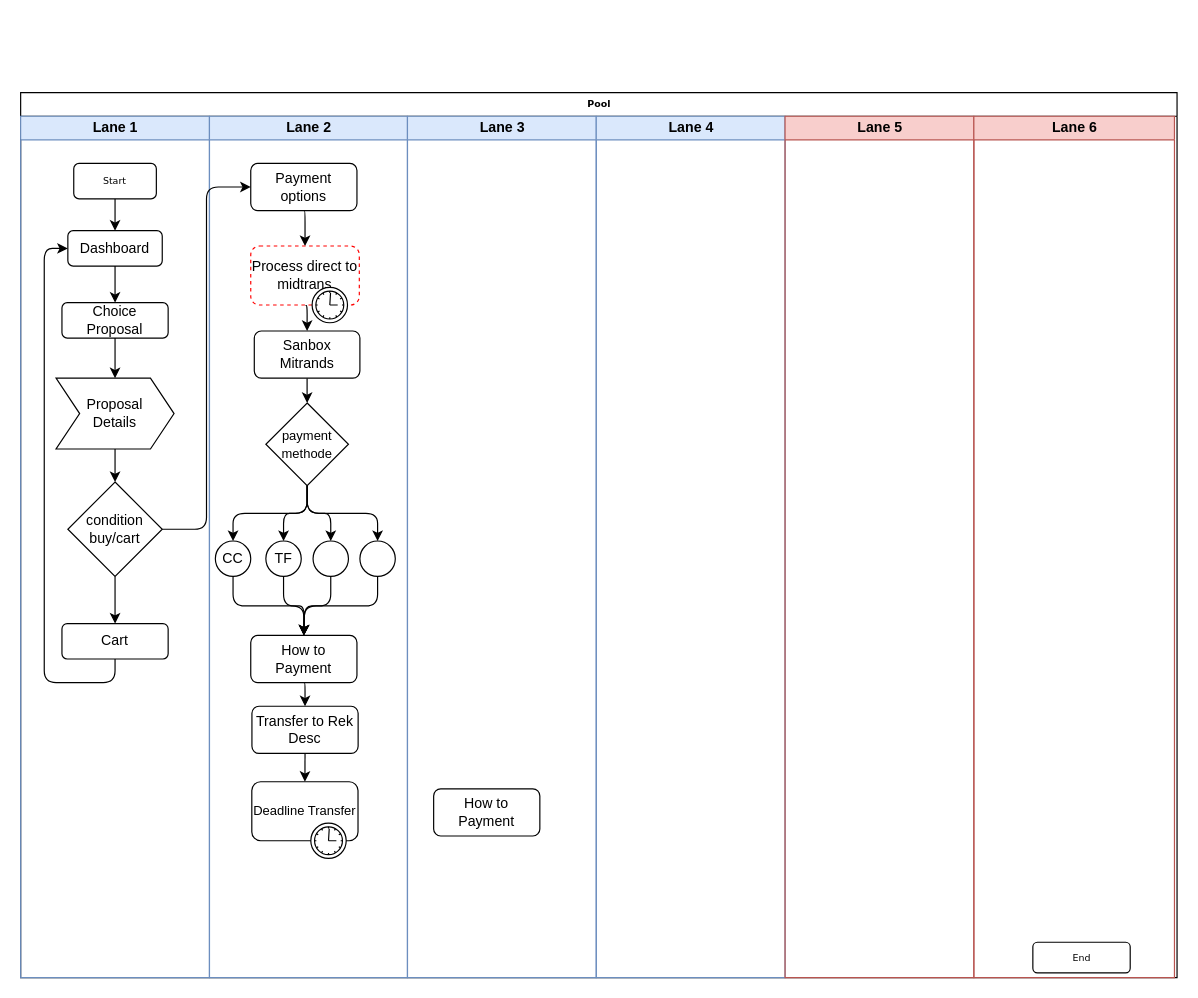
Above: page "Flow by Iqbal" (5 of 5) of Diagram Tanpa Judul.drawio in ahmadfaqih-dev/Flowchart (draw.io), before the change. Source tidied: cells renumbered, new cells numbered last; positions are measured from the earlier drawing's top-left corner, leaving out a move shared by most shapes. Both pictures are drawn from the tidied source at 118%, with x=0, y=0 at pixel (20, 92).
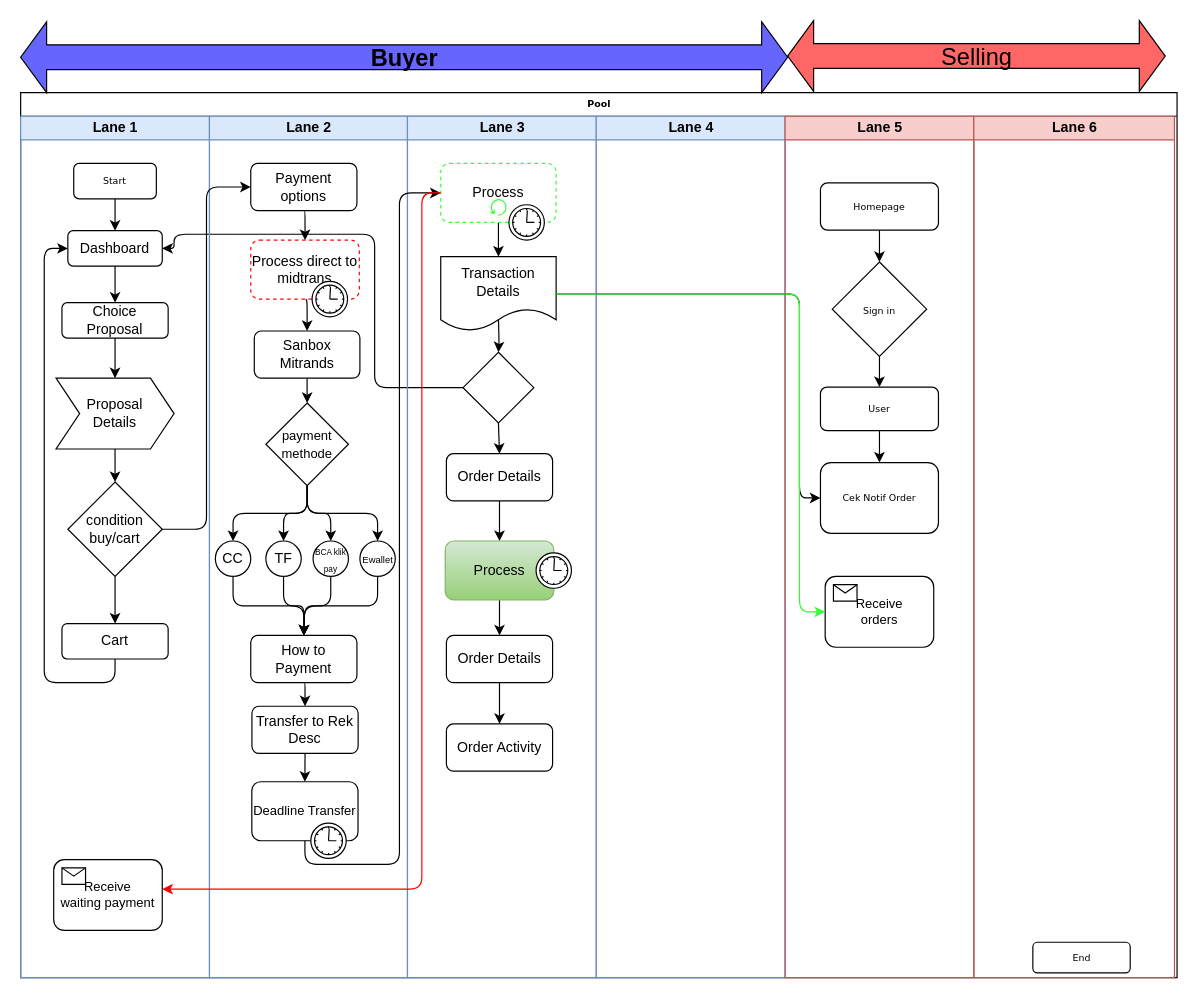
The same diagram, later.

The change refers to these unchanged cells:
```xml
<mxCell id="2" value="Pool" style="swimlane;html=1;startSize=20;rounded=0;shadow=0;labelBackgroundColor=none;strokeWidth=1;fontFamily=Verdana;fontSize=8;align=center;" parent="1" vertex="1">
  <mxGeometry width="980" height="750" as="geometry" />
</mxCell>
<mxCell id="3" value="Lane 1" style="swimlane;html=1;startSize=20;fillColor=#dae8fc;strokeColor=#6c8ebf;" parent="2" vertex="1">
  <mxGeometry y="20" width="160" height="730" as="geometry" />
</mxCell>
<mxCell id="7" value="Dashboard" style="rounded=1;whiteSpace=wrap;html=1;" parent="3" vertex="1">
  <mxGeometry x="40" y="97" width="80" height="30" as="geometry" />
</mxCell>
<mxCell id="16" value="Lane 2" style="swimlane;html=1;startSize=20;fillColor=#dae8fc;strokeColor=#6c8ebf;" parent="2" vertex="1">
  <mxGeometry x="160" y="20" width="167.8" height="730" as="geometry" />
</mxCell>
<mxCell id="38" value="&lt;font style=&quot;font-size: 11px&quot;&gt;Deadline Transfer&lt;br&gt;&lt;/font&gt;" style="html=1;whiteSpace=wrap;rounded=1;strokeColor=#000000;" parent="16" vertex="1">
  <mxGeometry x="35.9" y="564" width="90" height="50" as="geometry" />
</mxCell>
<mxCell id="40" value="Lane 3" style="swimlane;html=1;startSize=20;fillColor=#dae8fc;strokeColor=#6c8ebf;" parent="2" vertex="1">
  <mxGeometry x="327.8" y="20" width="160" height="730" as="geometry" />
</mxCell>
<mxCell id="43" value="Lane 5" style="swimlane;html=1;startSize=20;fillColor=#f8cecc;strokeColor=#b85450;" parent="2" vertex="1">
  <mxGeometry x="647.8" y="20" width="160" height="730" as="geometry" />
</mxCell>
```

Diff of the diagram source:
```diff
@@
+    <mxCell id="50" style="edgeStyle=orthogonalEdgeStyle;rounded=1;jettySize=auto;html=1;exitX=0;exitY=0.5;exitDx=0;exitDy=0;entryX=1;entryY=0.5;entryDx=0;entryDy=0;strokeColor=#000000;" parent="2" edge="1" source="59" target="7">
+      <mxGeometry relative="1" as="geometry">
+        <Array as="points">
+          <mxPoint x="300" y="250" />
+          <mxPoint x="300" y="120" />
+          <mxPoint x="130" y="120" />
+          <mxPoint x="130" y="132" />
+        </Array>
+      </mxGeometry>
+    </mxCell>
@@
+    <mxCell id="51" value="&lt;div style=&quot;font-size: 11px&quot;&gt;&lt;font style=&quot;font-size: 11px&quot;&gt;Receive &lt;br&gt;&lt;/font&gt;&lt;/div&gt;&lt;div style=&quot;font-size: 11px&quot;&gt;&lt;font style=&quot;font-size: 11px&quot;&gt;waiting payment&lt;/font&gt;&lt;/div&gt;" style="html=1;whiteSpace=wrap;rounded=1;strokeColor=#000000;" parent="3" vertex="1">
+      <mxGeometry x="28" y="630" width="92" height="60" as="geometry" />
+    </mxCell>
+    <mxCell id="52" style="html=1;shape=message;" parent="51" vertex="1">
+      <mxGeometry width="20" height="14" relative="1" as="geometry">
+        <mxPoint x="7" y="7" as="offset" />
+      </mxGeometry>
+    </mxCell>
@@
     <mxCell id="20" value="Process direct to midtrans" style="html=1;whiteSpace=wrap;rounded=1;dashed=1;strokeColor=#FF0000;" parent="16" vertex="1">
-      <mxGeometry x="35" y="110" width="92" height="50" as="geometry" />
+      <mxGeometry x="35" y="105" width="92" height="50" as="geometry" />
     </mxCell>
@@
-    <mxCell id="29" style="ellipse;whiteSpace=wrap;html=1;strokeColor=#000000;" parent="16" vertex="1">
+    <mxCell id="29" value="&lt;font style=&quot;font-size: 7px&quot;&gt;BCA klik pay&lt;br&gt;&lt;/font&gt;" style="ellipse;whiteSpace=wrap;html=1;strokeColor=#000000;" parent="16" vertex="1">
       <mxGeometry x="87.8" y="360" width="30" height="30" as="geometry" />
     </mxCell>
@@
-    <mxCell id="33" style="ellipse;whiteSpace=wrap;html=1;strokeColor=#000000;" parent="16" vertex="1">
+    <mxCell id="33" value="&lt;font style=&quot;font-size: 8px&quot;&gt;Ewallet&lt;/font&gt;" style="ellipse;whiteSpace=wrap;html=1;strokeColor=#000000;" parent="16" vertex="1">
       <mxGeometry x="127.5" y="360" width="30" height="30" as="geometry" />
     </mxCell>
@@
-    <mxCell id="41" value="How to Payment" style="rounded=1;whiteSpace=wrap;html=1;strokeColor=#000000;" parent="40" vertex="1">
-      <mxGeometry x="22.2" y="570" width="90" height="40" as="geometry" />
-    </mxCell>
+    <mxCell id="53" style="edgeStyle=orthogonalEdgeStyle;rounded=1;jettySize=auto;html=1;exitX=0.5;exitY=1;exitDx=0;exitDy=0;strokeColor=#000000;" parent="40" edge="1" target="59">
+      <mxGeometry relative="1" as="geometry">
+        <mxPoint x="77.1" y="170" as="sourcePoint" />
+      </mxGeometry>
+    </mxCell>
+    <mxCell id="54" style="edgeStyle=orthogonalEdgeStyle;rounded=1;jettySize=auto;html=1;exitX=0.5;exitY=1;exitDx=0;exitDy=0;entryX=0.5;entryY=0;entryDx=0;entryDy=0;strokeColor=#000000;" parent="40" edge="1" source="55" target="60">
+      <mxGeometry relative="1" as="geometry" />
+    </mxCell>
+    <mxCell id="55" value="Process" style="html=1;whiteSpace=wrap;rounded=1;strokeColor=#33FF33;dashed=1;" parent="40" vertex="1">
+      <mxGeometry x="28.2" y="40" width="97.8" height="50" as="geometry" />
+    </mxCell>
+    <mxCell id="56" style="shape=mxgraph.bpmn.timer_start;perimeter=ellipsePerimeter;html=1;verticalLabelPosition=bottom;verticalAlign=top;" parent="55" vertex="1">
+      <mxGeometry x="1" y="1" width="30" height="30" relative="1" as="geometry">
+        <mxPoint x="-40" y="-15" as="offset" />
+      </mxGeometry>
+    </mxCell>
+    <mxCell id="57" style="shape=mxgraph.bpmn.loop;html=1;strokeColor=#33FF33;" parent="40" vertex="1">
+      <mxGeometry x="70.1" y="70" width="14" height="14" as="geometry" />
+    </mxCell>
+    <mxCell id="58" style="edgeStyle=orthogonalEdgeStyle;rounded=1;jettySize=auto;html=1;exitX=0.5;exitY=1;exitDx=0;exitDy=0;entryX=0.5;entryY=0;entryDx=0;entryDy=0;strokeColor=#000000;" parent="40" edge="1" source="59" target="62">
+      <mxGeometry relative="1" as="geometry" />
+    </mxCell>
+    <mxCell id="59" style="rhombus;whiteSpace=wrap;html=1;" parent="40" vertex="1">
+      <mxGeometry x="47.1" y="200" width="60" height="60" as="geometry" />
+    </mxCell>
+    <mxCell id="60" value="&lt;div&gt;Transaction&lt;/div&gt;&lt;div&gt;Details&lt;/div&gt;" style="shape=document;whiteSpace=wrap;html=1;boundedLbl=1;strokeColor=#000000;" parent="40" vertex="1">
+      <mxGeometry x="28.2" y="119" width="97.8" height="63" as="geometry" />
+    </mxCell>
+    <mxCell id="61" style="edgeStyle=orthogonalEdgeStyle;rounded=1;jettySize=auto;html=1;exitX=0.5;exitY=1;exitDx=0;exitDy=0;entryX=0.5;entryY=0;entryDx=0;entryDy=0;strokeColor=#000000;" parent="40" edge="1" source="62" target="64">
+      <mxGeometry relative="1" as="geometry" />
+    </mxCell>
+    <mxCell id="62" value="Order Details" style="rounded=1;whiteSpace=wrap;html=1;strokeColor=#000000;" parent="40" vertex="1">
+      <mxGeometry x="33" y="286" width="90" height="40" as="geometry" />
+    </mxCell>
+    <mxCell id="63" style="edgeStyle=orthogonalEdgeStyle;rounded=1;jettySize=auto;html=1;exitX=0.5;exitY=1;exitDx=0;exitDy=0;entryX=0.5;entryY=0;entryDx=0;entryDy=0;" parent="40" edge="1" source="64" target="67">
+      <mxGeometry relative="1" as="geometry" />
+    </mxCell>
+    <mxCell id="64" value="Process" style="html=1;whiteSpace=wrap;rounded=1;strokeColor=#82b366;gradientColor=#97d077;fillColor=#d5e8d4;" parent="40" vertex="1">
+      <mxGeometry x="32" y="360" width="92" height="50" as="geometry" />
+    </mxCell>
+    <mxCell id="65" style="shape=mxgraph.bpmn.timer_start;perimeter=ellipsePerimeter;html=1;labelPosition=right;align=left;" parent="64" vertex="1">
+      <mxGeometry x="1" width="30" height="30" relative="1" as="geometry">
+        <mxPoint x="-15" y="10" as="offset" />
+      </mxGeometry>
+    </mxCell>
+    <mxCell id="66" style="edgeStyle=orthogonalEdgeStyle;rounded=1;jettySize=auto;html=1;exitX=0.5;exitY=1;exitDx=0;exitDy=0;entryX=0.5;entryY=0;entryDx=0;entryDy=0;strokeColor=#000000;" parent="40" edge="1" source="67" target="68">
+      <mxGeometry relative="1" as="geometry" />
+    </mxCell>
+    <mxCell id="67" value="Order Details" style="rounded=1;whiteSpace=wrap;html=1;strokeColor=#000000;" parent="40" vertex="1">
+      <mxGeometry x="33" y="440" width="90" height="40" as="geometry" />
+    </mxCell>
+    <mxCell id="68" value="Order Activity" style="rounded=1;whiteSpace=wrap;html=1;strokeColor=#000000;" parent="40" vertex="1">
+      <mxGeometry x="33" y="515" width="90" height="40" as="geometry" />
+    </mxCell>
@@
+    <mxCell id="69" style="edgeStyle=orthogonalEdgeStyle;rounded=1;jettySize=auto;html=1;exitX=0.5;exitY=1;exitDx=0;exitDy=0;entryX=0.5;entryY=0;entryDx=0;entryDy=0;strokeColor=#000000;" parent="43" edge="1" source="70" target="74">
+      <mxGeometry relative="1" as="geometry" />
+    </mxCell>
+    <mxCell id="70" value="Homepage" style="rounded=1;whiteSpace=wrap;html=1;shadow=0;labelBackgroundColor=none;strokeWidth=1;fontFamily=Verdana;fontSize=8;align=center;" parent="43" vertex="1">
+      <mxGeometry x="30" y="56.5" width="100" height="40" as="geometry" />
+    </mxCell>
+    <mxCell id="71" style="edgeStyle=orthogonalEdgeStyle;rounded=1;jettySize=auto;html=1;exitX=0.5;exitY=1;exitDx=0;exitDy=0;entryX=0.5;entryY=0;entryDx=0;entryDy=0;strokeColor=#000000;" parent="43" edge="1" source="72" target="75">
+      <mxGeometry relative="1" as="geometry" />
+    </mxCell>
+    <mxCell id="72" value="User" style="rounded=1;whiteSpace=wrap;html=1;shadow=0;labelBackgroundColor=none;strokeWidth=1;fontFamily=Verdana;fontSize=8;align=center;" parent="43" vertex="1">
+      <mxGeometry x="30" y="229.5" width="100" height="37" as="geometry" />
+    </mxCell>
+    <mxCell id="73" style="edgeStyle=orthogonalEdgeStyle;rounded=1;jettySize=auto;html=1;exitX=0.5;exitY=1;exitDx=0;exitDy=0;entryX=0.5;entryY=0;entryDx=0;entryDy=0;strokeColor=#000000;" parent="43" edge="1" source="74" target="72">
+      <mxGeometry relative="1" as="geometry" />
+    </mxCell>
+    <mxCell id="74" value="&lt;font style=&quot;font-size: 8px&quot; face=&quot;Verdana&quot;&gt;Sign in&lt;br&gt;&lt;/font&gt;" style="rhombus;whiteSpace=wrap;html=1;" parent="43" vertex="1">
+      <mxGeometry x="40" y="123.5" width="80" height="80" as="geometry" />
+    </mxCell>
+    <mxCell id="75" value="Cek Notif Order" style="rounded=1;whiteSpace=wrap;html=1;shadow=0;labelBackgroundColor=none;strokeWidth=1;fontFamily=Verdana;fontSize=8;align=center;" parent="43" vertex="1">
+      <mxGeometry x="30" y="293.5" width="100" height="60" as="geometry" />
+    </mxCell>
+    <mxCell id="76" value="&lt;div style=&quot;font-size: 11px&quot;&gt;&lt;font style=&quot;font-size: 11px&quot;&gt;Receive &lt;br&gt;&lt;/font&gt;&lt;/div&gt;&lt;div style=&quot;font-size: 11px&quot;&gt;&lt;font style=&quot;font-size: 11px&quot;&gt;orders&lt;br&gt;&lt;/font&gt;&lt;/div&gt;" style="html=1;whiteSpace=wrap;rounded=1;strokeColor=#000000;" parent="43" vertex="1">
+      <mxGeometry x="34" y="390" width="92" height="60" as="geometry" />
+    </mxCell>
+    <mxCell id="77" style="html=1;shape=message;" parent="76" vertex="1">
+      <mxGeometry width="20" height="14" relative="1" as="geometry">
+        <mxPoint x="7" y="7" as="offset" />
+      </mxGeometry>
+    </mxCell>
@@
+    <mxCell id="78" style="edgeStyle=orthogonalEdgeStyle;rounded=1;jettySize=auto;html=1;exitX=0.5;exitY=1;exitDx=0;exitDy=0;entryX=0;entryY=0.5;entryDx=0;entryDy=0;strokeColor=#000000;" parent="2" edge="1" source="38" target="55">
+      <mxGeometry relative="1" as="geometry" />
+    </mxCell>
+    <mxCell id="79" style="edgeStyle=orthogonalEdgeStyle;rounded=1;jettySize=auto;html=1;exitX=0;exitY=0.5;exitDx=0;exitDy=0;strokeColor=#FF0000;" parent="2" edge="1" source="55" target="51">
+      <mxGeometry relative="1" as="geometry">
+        <Array as="points">
+          <mxPoint x="340" y="85" />
+          <mxPoint x="340" y="675" />
+        </Array>
+      </mxGeometry>
+    </mxCell>
+    <mxCell id="80" style="edgeStyle=orthogonalEdgeStyle;rounded=1;jettySize=auto;html=1;entryX=0;entryY=0.5;entryDx=0;entryDy=0;strokeColor=#000000;" parent="2" edge="1" source="60" target="75">
+      <mxGeometry relative="1" as="geometry">
+        <Array as="points">
+          <mxPoint x="660" y="171" />
+          <mxPoint x="660" y="344" />
+        </Array>
+      </mxGeometry>
+    </mxCell>
+    <mxCell id="81" style="edgeStyle=orthogonalEdgeStyle;rounded=1;jettySize=auto;html=1;entryX=0;entryY=0.5;entryDx=0;entryDy=0;strokeColor=#33FF33;" parent="2" edge="1" source="60" target="76">
+      <mxGeometry relative="1" as="geometry">
+        <Array as="points">
+          <mxPoint x="660" y="171" />
+          <mxPoint x="660" y="440" />
+        </Array>
+      </mxGeometry>
+    </mxCell>
@@
+    <mxCell id="82" value="&lt;font style=&quot;font-size: 20px&quot;&gt;&lt;b&gt;Buyer&lt;/b&gt;&lt;/font&gt;" style="html=1;shadow=0;dashed=0;align=center;verticalAlign=middle;shape=mxgraph.arrows2.twoWayArrow;dy=0.65;dx=22;fillColor=#6666FF;" parent="1" vertex="1">
+      <mxGeometry y="-60" width="650" height="60" as="geometry" />
+    </mxCell>
+    <mxCell id="83" value="&lt;font style=&quot;font-size: 20px&quot;&gt;Selling&lt;/font&gt;" style="html=1;shadow=0;dashed=0;align=center;verticalAlign=middle;shape=mxgraph.arrows2.twoWayArrow;dy=0.65;dx=22;fillColor=#FF6666;" parent="1" vertex="1">
+      <mxGeometry x="650" y="-61" width="320" height="60" as="geometry" />
+    </mxCell>
```
